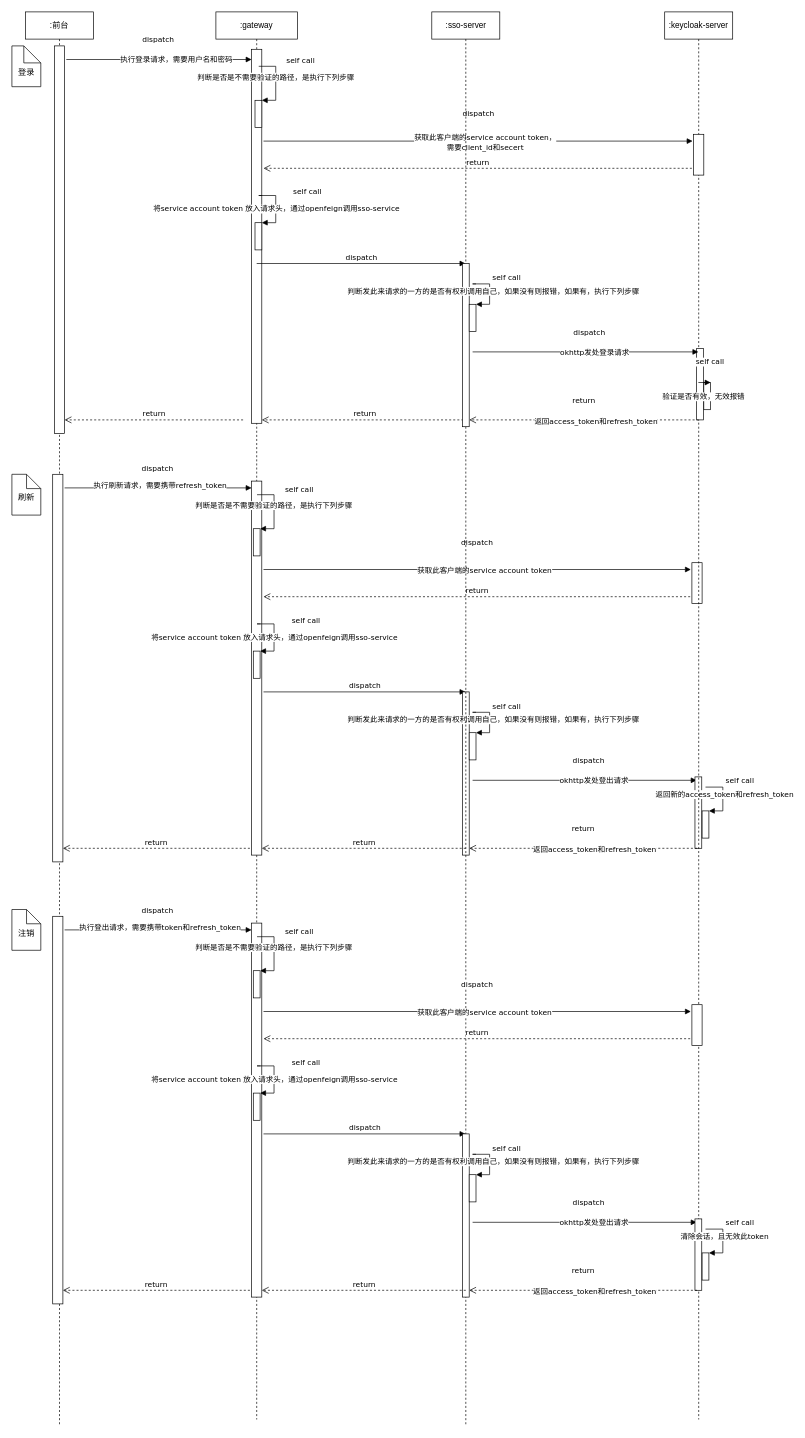
Above: auth-micro/1. 登录、登出和刷新接口.drawio in wanlinMa-163/uml (draw.io), before the change. Source tidied: cells renumbered, new cells numbered last; positions are measured from the earlier drawing's top-left corner, leaving out a move shared by most shapes. Both pictures are drawn from the tidied source at 68%, with x=0, y=0 at pixel (12, 12).
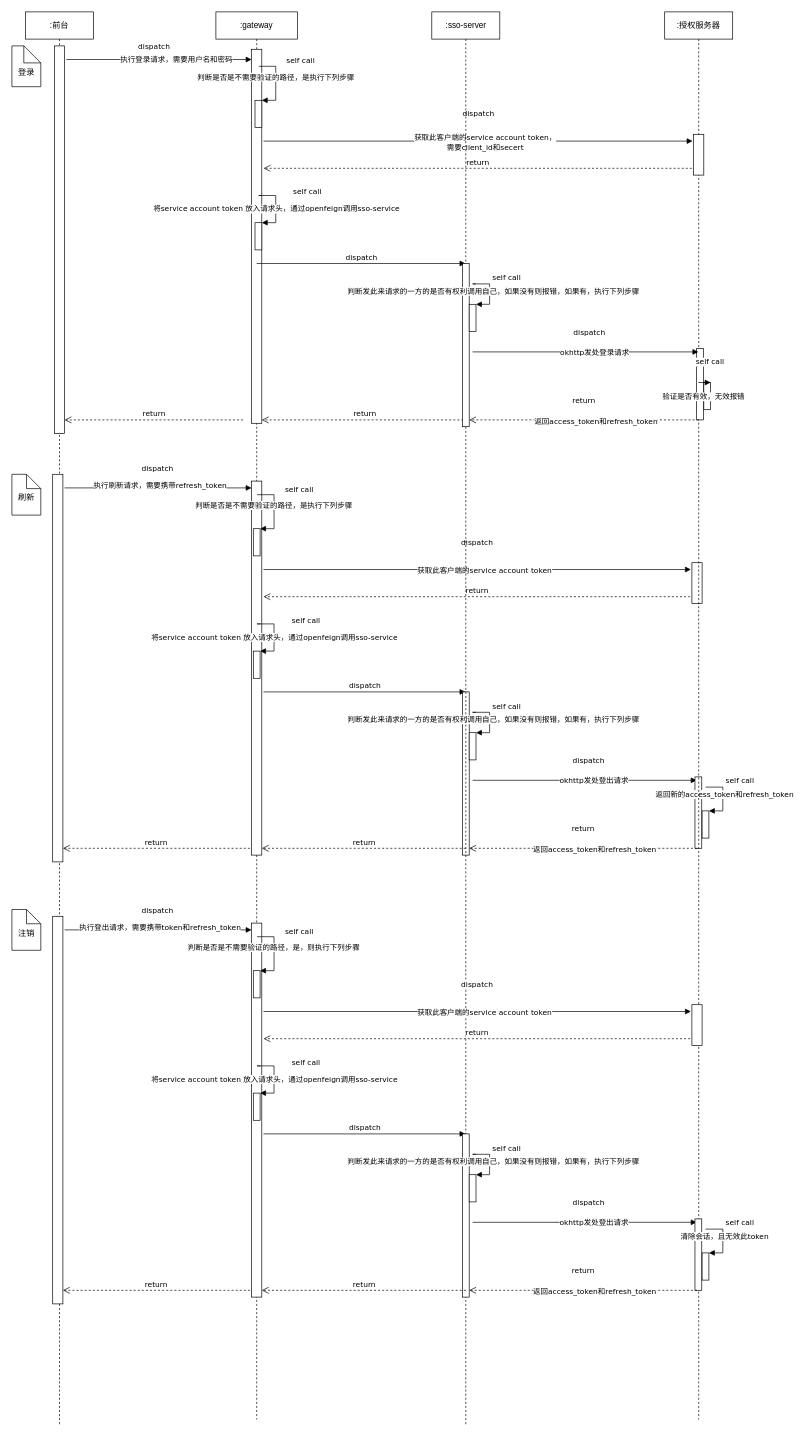
The same diagram, later.

Commit message:
Update 1. 登录、登出和刷新接口.drawio

Unchanged cells that the change refers to:
```xml
<mxCell id="2" value=":前台" style="shape=umlLifeline;perimeter=lifelinePerimeter;whiteSpace=wrap;html=1;" parent="1" vertex="1">
  <mxGeometry x="20" width="100" height="2080" as="geometry" />
</mxCell>
<mxCell id="7" style="html=1;points=[];perimeter=orthogonalPerimeter;" parent="6" vertex="1">
  <mxGeometry x="52.5" y="55" width="15" height="550" as="geometry" />
</mxCell>
<mxCell id="69" value="self call" style="edgeStyle=orthogonalEdgeStyle;html=1;align=left;spacingLeft=2;endArrow=block;rounded=0;entryX=1;entryY=0;fontFamily=Verdana;" parent="1" edge="1" target="68">
  <mxGeometry x="-0.23" y="23" relative="1" as="geometry">
    <mxPoint x="360.5" y="1360" as="sourcePoint" />
    <Array as="points">
      <mxPoint x="385.5" y="1360" />
    </Array>
    <mxPoint x="-11" y="-20" as="offset" />
  </mxGeometry>
</mxCell>
```

Diff of the diagram source:
```diff
@@
     <mxCell id="3" value="dispatch" style="html=1;verticalAlign=bottom;endArrow=block;fontFamily=Verdana;" parent="2" edge="1" target="7">
-      <mxGeometry x="-0.01" y="20" relative="1" as="geometry">
+      <mxGeometry x="-0.05" y="10" relative="1" as="geometry">
         <mxPoint x="60" y="70" as="sourcePoint" />
       </mxGeometry>
     </mxCell>
@@
-    <mxCell id="46" value=":keycloak-server" style="shape=umlLifeline;perimeter=lifelinePerimeter;whiteSpace=wrap;html=1;outlineConnect=0;" parent="1" vertex="1">
+    <mxCell id="46" value=":授权服务器" style="shape=umlLifeline;perimeter=lifelinePerimeter;whiteSpace=wrap;html=1;outlineConnect=0;" parent="1" vertex="1">
       <mxGeometry x="960" width="100" height="2070" as="geometry" />
     </mxCell>
@@
-    <mxCell id="70" value="判断是否是不需要验证的路径，是执行下列步骤" style="edgeLabel;html=1;align=center;verticalAlign=middle;fontFamily=Verdana;" parent="69" vertex="1">
+    <mxCell id="70" value="判断是否是不需要验证的路径，是，则执行下列步骤" style="edgeLabel;html=1;align=center;verticalAlign=middle;fontFamily=Verdana;" parent="69" vertex="1">
       <mxGeometry x="-0.16" y="-1" relative="1" as="geometry" />
     </mxCell>
```
